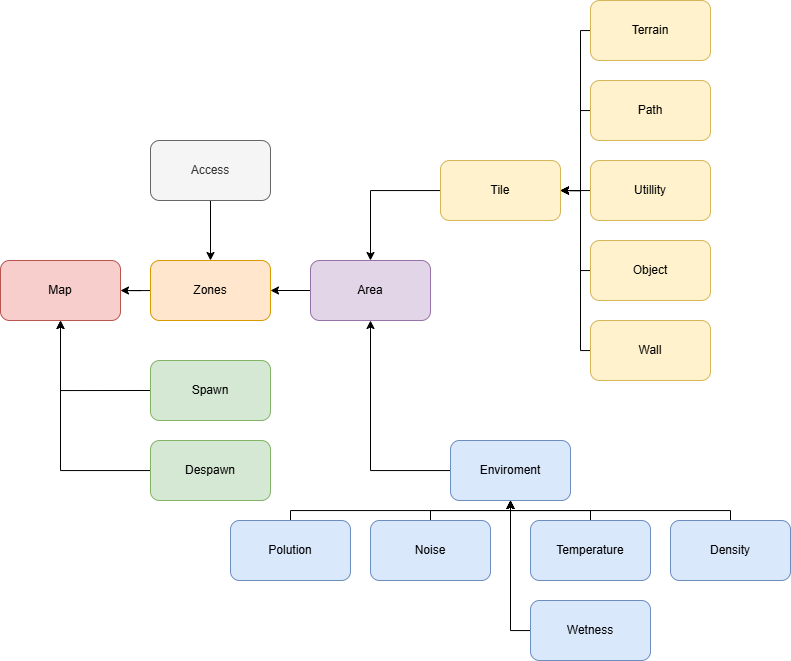
Before: design/Architecture/Map.png, a diagram exported from draw.io (benjacobs982-dev/Festival-Sim-Project). Source tidied: cells renumbered, new cells last; positions are measured from the earlier drawing's top-left corner, leaving out a move shared by most shapes. The source it was exported from:
```xml
<mxGraphModel>
  <root>
    <mxCell id="0" />
    <mxCell id="1" parent="0" />
    <mxCell id="2" style="edgeStyle=orthogonalEdgeStyle;rounded=0;jettySize=auto;html=1;entryX=0.5;entryY=1;entryDx=0;entryDy=0;" parent="1" edge="1" source="3" target="7">
      <mxGeometry relative="1" as="geometry" />
    </mxCell>
    <mxCell id="3" value="Enviroment" style="rounded=1;whiteSpace=wrap;html=1;fillColor=#dae8fc;strokeColor=#6c8ebf;" parent="1" vertex="1">
      <mxGeometry x="450" y="440" width="120" height="60" as="geometry" />
    </mxCell>
    <mxCell id="4" style="edgeStyle=orthogonalEdgeStyle;rounded=0;jettySize=auto;html=1;entryX=0.5;entryY=0;entryDx=0;entryDy=0;" parent="1" edge="1" source="5" target="7">
      <mxGeometry relative="1" as="geometry" />
    </mxCell>
    <mxCell id="5" value="Tile" style="rounded=1;whiteSpace=wrap;html=1;fillColor=#fff2cc;strokeColor=#d6b656;" parent="1" vertex="1">
      <mxGeometry x="440" y="160" width="120" height="60" as="geometry" />
    </mxCell>
    <mxCell id="6" style="edgeStyle=orthogonalEdgeStyle;rounded=0;jettySize=auto;html=1;entryX=1;entryY=0.5;entryDx=0;entryDy=0;" parent="1" edge="1" source="7" target="30">
      <mxGeometry relative="1" as="geometry" />
    </mxCell>
    <mxCell id="7" value="Area" style="rounded=1;whiteSpace=wrap;html=1;fillColor=#e1d5e7;strokeColor=#9673a6;" parent="1" vertex="1">
      <mxGeometry x="310" y="260" width="120" height="60" as="geometry" />
    </mxCell>
    <mxCell id="8" value="Map" style="rounded=1;whiteSpace=wrap;html=1;fillColor=#f8cecc;strokeColor=#b85450;" parent="1" vertex="1">
      <mxGeometry y="260" width="120" height="60" as="geometry" />
    </mxCell>
    <mxCell id="9" style="edgeStyle=orthogonalEdgeStyle;rounded=0;jettySize=auto;html=1;entryX=1;entryY=0.5;entryDx=0;entryDy=0;" parent="1" edge="1" source="10" target="5">
      <mxGeometry relative="1" as="geometry">
        <Array as="points">
          <mxPoint x="580" y="30" />
          <mxPoint x="580" y="190" />
        </Array>
      </mxGeometry>
    </mxCell>
    <mxCell id="10" value="Terrain" style="rounded=1;whiteSpace=wrap;html=1;fillColor=#fff2cc;strokeColor=#d6b656;" parent="1" vertex="1">
      <mxGeometry x="590" width="120" height="60" as="geometry" />
    </mxCell>
    <mxCell id="11" style="edgeStyle=orthogonalEdgeStyle;rounded=0;jettySize=auto;html=1;entryX=1;entryY=0.5;entryDx=0;entryDy=0;" parent="1" edge="1" source="12" target="5">
      <mxGeometry relative="1" as="geometry">
        <Array as="points">
          <mxPoint x="580" y="110" />
          <mxPoint x="580" y="190" />
        </Array>
      </mxGeometry>
    </mxCell>
    <mxCell id="12" value="Path" style="rounded=1;whiteSpace=wrap;html=1;fillColor=#fff2cc;strokeColor=#d6b656;" parent="1" vertex="1">
      <mxGeometry x="590" y="80" width="120" height="60" as="geometry" />
    </mxCell>
    <mxCell id="13" style="edgeStyle=orthogonalEdgeStyle;rounded=0;jettySize=auto;html=1;" parent="1" edge="1" source="14" target="5">
      <mxGeometry relative="1" as="geometry" />
    </mxCell>
    <mxCell id="14" value="Utillity" style="rounded=1;whiteSpace=wrap;html=1;fillColor=#fff2cc;strokeColor=#d6b656;" parent="1" vertex="1">
      <mxGeometry x="590" y="160" width="120" height="60" as="geometry" />
    </mxCell>
    <mxCell id="15" style="edgeStyle=orthogonalEdgeStyle;rounded=0;jettySize=auto;html=1;entryX=1;entryY=0.5;entryDx=0;entryDy=0;" parent="1" edge="1" source="16" target="5">
      <mxGeometry relative="1" as="geometry">
        <Array as="points">
          <mxPoint x="580" y="270" />
          <mxPoint x="580" y="190" />
        </Array>
      </mxGeometry>
    </mxCell>
    <mxCell id="16" value="Object" style="rounded=1;whiteSpace=wrap;html=1;fillColor=#fff2cc;strokeColor=#d6b656;" parent="1" vertex="1">
      <mxGeometry x="590" y="240" width="120" height="60" as="geometry" />
    </mxCell>
    <mxCell id="17" style="edgeStyle=orthogonalEdgeStyle;rounded=0;jettySize=auto;html=1;entryX=1;entryY=0.5;entryDx=0;entryDy=0;" parent="1" edge="1" source="18" target="5">
      <mxGeometry relative="1" as="geometry">
        <Array as="points">
          <mxPoint x="580" y="350" />
          <mxPoint x="580" y="190" />
        </Array>
      </mxGeometry>
    </mxCell>
    <mxCell id="18" value="Wall" style="rounded=1;whiteSpace=wrap;html=1;fillColor=#fff2cc;strokeColor=#d6b656;" parent="1" vertex="1">
      <mxGeometry x="590" y="320" width="120" height="60" as="geometry" />
    </mxCell>
    <mxCell id="19" style="edgeStyle=orthogonalEdgeStyle;rounded=0;jettySize=auto;html=1;entryX=0.5;entryY=1;entryDx=0;entryDy=0;" parent="1" edge="1" source="20" target="3">
      <mxGeometry relative="1" as="geometry">
        <Array as="points">
          <mxPoint x="730" y="510" />
          <mxPoint x="510" y="510" />
        </Array>
      </mxGeometry>
    </mxCell>
    <mxCell id="20" value="Density" style="rounded=1;whiteSpace=wrap;html=1;fillColor=#dae8fc;strokeColor=#6c8ebf;" parent="1" vertex="1">
      <mxGeometry x="670" y="520" width="120" height="60" as="geometry" />
    </mxCell>
    <mxCell id="21" style="edgeStyle=orthogonalEdgeStyle;rounded=0;jettySize=auto;html=1;" parent="1" edge="1" source="22">
      <mxGeometry relative="1" as="geometry">
        <mxPoint x="510" y="500" as="targetPoint" />
        <Array as="points">
          <mxPoint x="590" y="510" />
          <mxPoint x="510" y="510" />
        </Array>
      </mxGeometry>
    </mxCell>
    <mxCell id="22" value="Temperature" style="rounded=1;whiteSpace=wrap;html=1;fillColor=#dae8fc;strokeColor=#6c8ebf;" parent="1" vertex="1">
      <mxGeometry x="530" y="520" width="120" height="60" as="geometry" />
    </mxCell>
    <mxCell id="23" style="edgeStyle=orthogonalEdgeStyle;rounded=0;jettySize=auto;html=1;" parent="1" edge="1" source="24">
      <mxGeometry relative="1" as="geometry">
        <mxPoint x="510" y="500" as="targetPoint" />
        <Array as="points">
          <mxPoint x="430" y="510" />
          <mxPoint x="510" y="510" />
        </Array>
      </mxGeometry>
    </mxCell>
    <mxCell id="24" value="Noise" style="rounded=1;whiteSpace=wrap;html=1;fillColor=#dae8fc;strokeColor=#6c8ebf;" parent="1" vertex="1">
      <mxGeometry x="370" y="520" width="120" height="60" as="geometry" />
    </mxCell>
    <mxCell id="25" style="edgeStyle=orthogonalEdgeStyle;rounded=0;jettySize=auto;html=1;" parent="1" edge="1" source="26" target="3">
      <mxGeometry relative="1" as="geometry">
        <Array as="points">
          <mxPoint x="290" y="510" />
          <mxPoint x="510" y="510" />
        </Array>
      </mxGeometry>
    </mxCell>
    <mxCell id="26" value="Polution" style="rounded=1;whiteSpace=wrap;html=1;fillColor=#dae8fc;strokeColor=#6c8ebf;" parent="1" vertex="1">
      <mxGeometry x="230" y="520" width="120" height="60" as="geometry" />
    </mxCell>
    <mxCell id="27" style="edgeStyle=orthogonalEdgeStyle;rounded=0;jettySize=auto;html=1;" parent="1" edge="1" source="28">
      <mxGeometry relative="1" as="geometry">
        <mxPoint x="510" y="500" as="targetPoint" />
      </mxGeometry>
    </mxCell>
    <mxCell id="28" value="Wetness" style="rounded=1;whiteSpace=wrap;html=1;fillColor=#dae8fc;strokeColor=#6c8ebf;" parent="1" vertex="1">
      <mxGeometry x="530" y="600" width="120" height="60" as="geometry" />
    </mxCell>
    <mxCell id="29" style="edgeStyle=orthogonalEdgeStyle;rounded=0;jettySize=auto;html=1;entryX=1;entryY=0.5;entryDx=0;entryDy=0;" parent="1" edge="1" source="30" target="8">
      <mxGeometry relative="1" as="geometry" />
    </mxCell>
    <mxCell id="30" value="Zones" style="rounded=1;whiteSpace=wrap;html=1;fillColor=#ffe6cc;strokeColor=#d79b00;" parent="1" vertex="1">
      <mxGeometry x="150" y="260" width="120" height="60" as="geometry" />
    </mxCell>
    <mxCell id="31" style="edgeStyle=orthogonalEdgeStyle;rounded=0;jettySize=auto;html=1;entryX=0.5;entryY=0;entryDx=0;entryDy=0;" parent="1" edge="1" source="32" target="30">
      <mxGeometry relative="1" as="geometry" />
    </mxCell>
    <mxCell id="32" value="Access" style="rounded=1;whiteSpace=wrap;html=1;fillColor=#f5f5f5;strokeColor=#666666;fontColor=#333333;" parent="1" vertex="1">
      <mxGeometry x="150" y="140" width="120" height="60" as="geometry" />
    </mxCell>
    <mxCell id="33" style="edgeStyle=orthogonalEdgeStyle;rounded=0;jettySize=auto;html=1;exitX=0;exitY=0.5;exitDx=0;exitDy=0;entryX=0.5;entryY=1;entryDx=0;entryDy=0;" parent="1" edge="1" source="34" target="8">
      <mxGeometry relative="1" as="geometry" />
    </mxCell>
    <mxCell id="34" value="Spawn" style="rounded=1;whiteSpace=wrap;html=1;fillColor=#d5e8d4;strokeColor=#82b366;" parent="1" vertex="1">
      <mxGeometry x="150" y="360" width="120" height="60" as="geometry" />
    </mxCell>
    <mxCell id="35" style="edgeStyle=orthogonalEdgeStyle;rounded=0;jettySize=auto;html=1;entryX=0.5;entryY=1;entryDx=0;entryDy=0;" parent="1" edge="1" source="36" target="8">
      <mxGeometry relative="1" as="geometry" />
    </mxCell>
    <mxCell id="36" value="Despawn" style="rounded=1;whiteSpace=wrap;html=1;fillColor=#d5e8d4;strokeColor=#82b366;" parent="1" vertex="1">
      <mxGeometry x="150" y="440" width="120" height="60" as="geometry" />
    </mxCell>
  </root>
</mxGraphModel>
```
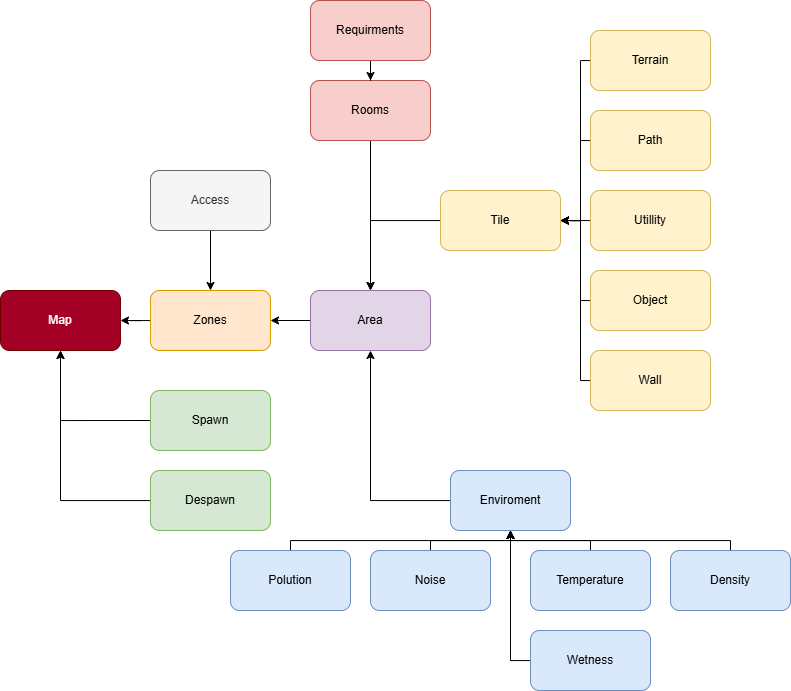
The same diagram one commit later.

What changed in the source:
```diff
@@ -20,7 +20,7 @@
     <mxCell id="7" value="Area" style="rounded=1;whiteSpace=wrap;html=1;fillColor=#e1d5e7;strokeColor=#9673a6;" parent="1" vertex="1">
       <mxGeometry x="310" y="260" width="120" height="60" as="geometry" />
     </mxCell>
-    <mxCell id="8" value="Map" style="rounded=1;whiteSpace=wrap;html=1;fillColor=#f8cecc;strokeColor=#b85450;" parent="1" vertex="1">
+    <mxCell id="8" value="Map" style="rounded=1;whiteSpace=wrap;html=1;fillColor=#a20025;strokeColor=#6F0000;fontColor=#ffffff;" parent="1" vertex="1">
       <mxGeometry y="260" width="120" height="60" as="geometry" />
     </mxCell>
     <mxCell id="9" style="edgeStyle=orthogonalEdgeStyle;rounded=0;jettySize=auto;html=1;entryX=1;entryY=0.5;entryDx=0;entryDy=0;" parent="1" edge="1" source="10" target="5">
@@ -151,5 +151,17 @@
     <mxCell id="36" value="Despawn" style="rounded=1;whiteSpace=wrap;html=1;fillColor=#d5e8d4;strokeColor=#82b366;" parent="1" vertex="1">
       <mxGeometry x="150" y="440" width="120" height="60" as="geometry" />
     </mxCell>
+    <mxCell id="37" style="edgeStyle=orthogonalEdgeStyle;rounded=0;jettySize=auto;html=1;entryX=0.5;entryY=0;entryDx=0;entryDy=0;" parent="1" edge="1" source="38" target="7">
+      <mxGeometry relative="1" as="geometry" />
+    </mxCell>
+    <mxCell id="38" value="Rooms" style="rounded=1;whiteSpace=wrap;html=1;fillColor=#f8cecc;strokeColor=#b85450;" parent="1" vertex="1">
+      <mxGeometry x="310" y="50" width="120" height="60" as="geometry" />
+    </mxCell>
+    <mxCell id="39" style="edgeStyle=orthogonalEdgeStyle;rounded=0;jettySize=auto;html=1;" parent="1" edge="1" source="40" target="38">
+      <mxGeometry relative="1" as="geometry" />
+    </mxCell>
+    <mxCell id="40" value="Requirments" style="rounded=1;whiteSpace=wrap;html=1;fillColor=#f8cecc;strokeColor=#b85450;" parent="1" vertex="1">
+      <mxGeometry x="310" y="-30" width="120" height="60" as="geometry" />
+    </mxCell>
   </root>
 </mxGraphModel>
```
